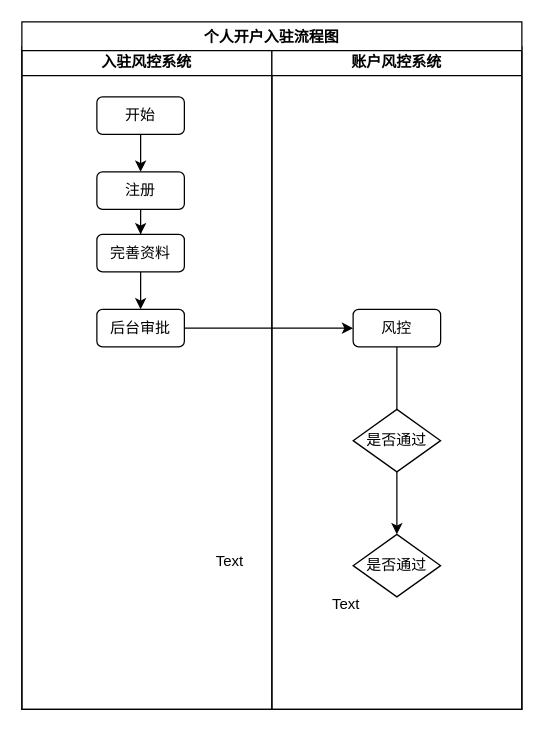
Above: 个人入驻开户流程图.drawio in xiaoxijin/pay (draw.io), before the change. Source tidied: cells renumbered, new cells numbered last; positions are measured from the earlier drawing's top-left corner, leaving out a move shared by most shapes. Both pictures are drawn from the tidied source at 125%, with x=0, y=0 at pixel (21, 21).
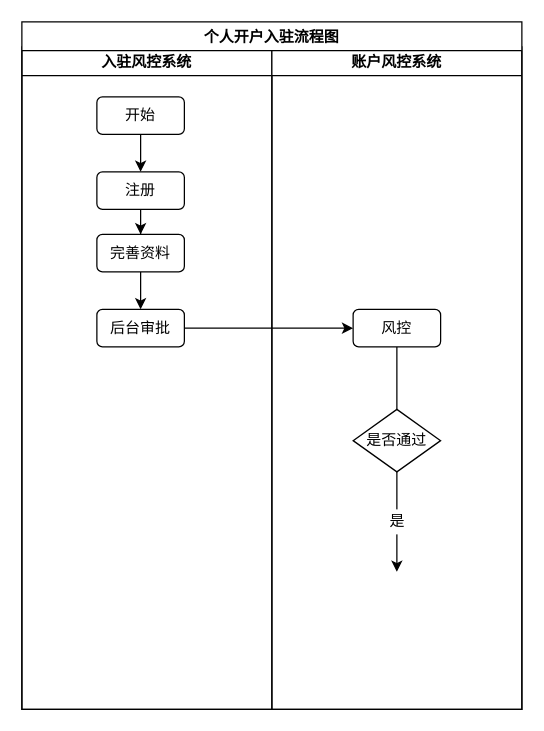
Above is the later version.

Commit message (it also covers changes not shown here):
企业入驻开户流程图

Unchanged cells that the change refers to:
```xml
<mxCell id="10" value="账户风控系统" style="swimlane;fontFamily=Lucida Console;" parent="1" vertex="1">
  <mxGeometry x="200" y="20" width="200" height="530" as="geometry" />
</mxCell>
<mxCell id="14" value="是否通过" style="rhombus;whiteSpace=wrap;html=1;fontFamily=Lucida Console;" parent="10" vertex="1">
  <mxGeometry x="65" y="290" width="70" height="50" as="geometry" />
</mxCell>
<mxCell id="16" value="个人开户入驻流程图" style="swimlane;fontFamily=Lucida Console;" parent="1" vertex="1">
  <mxGeometry width="400" height="550" as="geometry" />
</mxCell>
```

What changed in the source:
```diff
@@
+    <mxCell id="20" style="edgeStyle=orthogonalEdgeStyle;rounded=0;orthogonalLoop=1;jettySize=auto;html=1;" parent="10" edge="1">
+      <mxGeometry relative="1" as="geometry">
+        <mxPoint x="100" y="340" as="sourcePoint" />
+        <mxPoint x="100" y="420" as="targetPoint" />
+      </mxGeometry>
+    </mxCell>
@@
-    <mxCell id="13" style="edgeStyle=orthogonalEdgeStyle;rounded=0;jettySize=auto;fontFamily=Lucida Console;" parent="10" edge="1" source="14" target="15">
-      <mxGeometry relative="1" as="geometry" />
-    </mxCell>
@@
-    <mxCell id="15" value="是否通过" style="rhombus;whiteSpace=wrap;html=1;fontFamily=Lucida Console;" parent="10" vertex="1">
-      <mxGeometry x="65" y="390" width="70" height="50" as="geometry" />
-    </mxCell>
+    <mxCell id="21" value="是" style="text;html=1;align=center;verticalAlign=middle;fillColor=#ffffff;" parent="10" vertex="1">
+      <mxGeometry x="85" y="370" width="30" height="20" as="geometry" />
+    </mxCell>
@@
-    <mxCell id="17" value="Text" style="text;html=1;align=center;verticalAlign=middle;" parent="16" vertex="1">
-      <mxGeometry x="146" y="422" width="40" height="20" as="geometry" />
-    </mxCell>
-    <mxCell id="18" value="Text" style="text;html=1;align=center;verticalAlign=middle;" parent="16" vertex="1">
-      <mxGeometry x="239" y="456" width="40" height="20" as="geometry" />
-    </mxCell>
```
